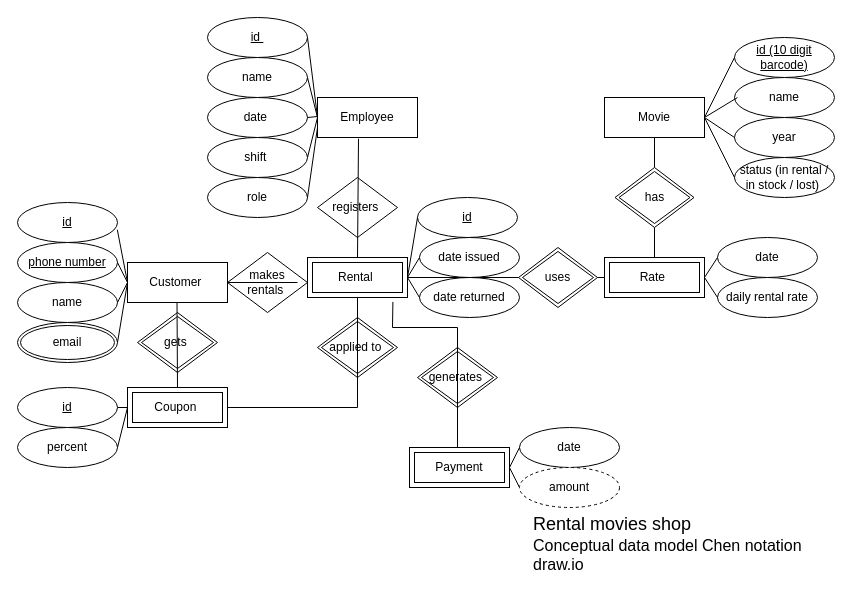
This is conceptual  rental movie shop.drawio from boudzela/data_model_rental_movie_shop, a draw.io file, before an edit. Source tidied: cells renumbered, new cells numbered last; positions are measured from the earlier drawing's top-left corner, leaving out a move shared by most shapes. Both pictures are drawn from the tidied source at 100%, with x=0, y=0 at pixel (17, 17).
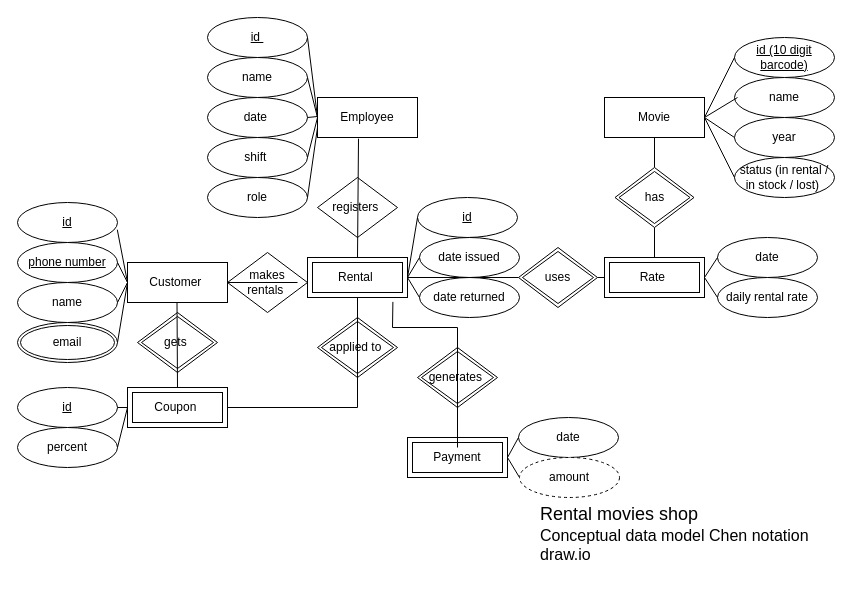
Above is the later version.

Change to the diagram source:
```diff
@@
     <mxCell id="38" value="&lt;font face=&quot;Helvetica&quot; style=&quot;font-size: 18px;&quot;&gt;Rental movies shop&amp;nbsp;&lt;/font&gt;&lt;div&gt;&lt;font face=&quot;Helvetica&quot; size=&quot;3&quot;&gt;Conceptual data model&amp;nbsp;&lt;span style=&quot;background-color: rgb(255, 255, 255);&quot;&gt;Chen notation&lt;/span&gt;&lt;/font&gt;&lt;/div&gt;&lt;div&gt;&lt;font face=&quot;Helvetica&quot; size=&quot;3&quot;&gt;&lt;span style=&quot;background-color: rgb(255, 255, 255);&quot;&gt;draw.io&lt;/span&gt;&lt;/font&gt;&lt;/div&gt;" style="text;strokeColor=none;fillColor=none;spacingLeft=4;spacingRight=4;overflow=hidden;fontSize=12;whiteSpace=wrap;html=1;" parent="1" vertex="1">
-      <mxGeometry x="510" y="490" width="300" height="70" as="geometry" />
+      <mxGeometry x="517" y="480" width="300" height="70" as="geometry" />
     </mxCell>
@@
     <mxCell id="55" value="Payment" style="shape=ext;margin=3;double=1;whiteSpace=wrap;html=1;align=center;" parent="1" vertex="1">
-      <mxGeometry x="392" y="430" width="100" height="40" as="geometry" />
+      <mxGeometry x="390" y="420" width="100" height="40" as="geometry" />
     </mxCell>
     <mxCell id="56" value="date" style="ellipse;whiteSpace=wrap;html=1;align=center;" parent="1" vertex="1">
-      <mxGeometry x="502" y="410" width="100" height="40" as="geometry" />
+      <mxGeometry x="501" y="400" width="100" height="40" as="geometry" />
     </mxCell>
-    <mxCell id="57" style="endArrow=none;html=1;rounded=0;exitX=1;exitY=0.5;exitDx=0;exitDy=0;entryX=0;entryY=0.5;entryDx=0;entryDy=0;" parent="1" edge="1" source="55">
-      <mxGeometry relative="1" as="geometry">
-        <mxPoint x="502" y="470" as="targetPoint" />
-      </mxGeometry>
+    <mxCell id="57" style="endArrow=none;html=1;rounded=0;exitX=1;exitY=0.5;exitDx=0;exitDy=0;entryX=0;entryY=0.5;entryDx=0;entryDy=0;" parent="1" edge="1" source="55" target="63">
+      <mxGeometry relative="1" as="geometry" />
     </mxCell>
-    <mxCell id="58" style="endArrow=none;html=1;rounded=0;exitX=1;exitY=0.5;exitDx=0;exitDy=0;entryX=0;entryY=0.5;entryDx=0;entryDy=0;" parent="1" edge="1" source="55">
-      <mxGeometry relative="1" as="geometry">
-        <mxPoint x="502" y="430" as="targetPoint" />
-      </mxGeometry>
+    <mxCell id="58" style="endArrow=none;html=1;rounded=0;exitX=1;exitY=0.5;exitDx=0;exitDy=0;entryX=0;entryY=0.5;entryDx=0;entryDy=0;" parent="1" edge="1" source="55" target="56">
+      <mxGeometry relative="1" as="geometry" />
     </mxCell>
@@
     <mxCell id="63" value="amount" style="ellipse;whiteSpace=wrap;html=1;align=center;dashed=1;" parent="1" vertex="1">
-      <mxGeometry x="502" y="450" width="100" height="40" as="geometry" />
+      <mxGeometry x="502" y="440" width="100" height="40" as="geometry" />
     </mxCell>
```
